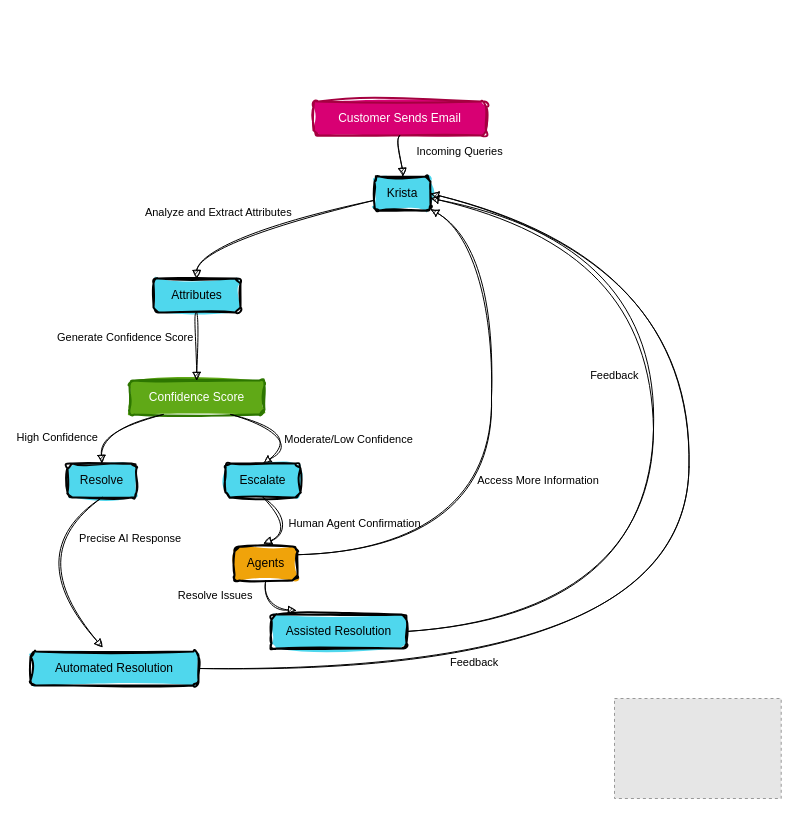
The draw.io diagram AI email reader.drawio in thescottking/Draw.io-Sketches, before the edit. Source tidied: cells renumbered, new cells numbered last; positions are measured from the earlier drawing's top-left corner, leaving out a move shared by most shapes. Both pictures are drawn from the tidied source at 100%, with x=0, y=0 at pixel (21, 101). Pictures stored in the file or linked from it are replaced by grey dashed boxes.
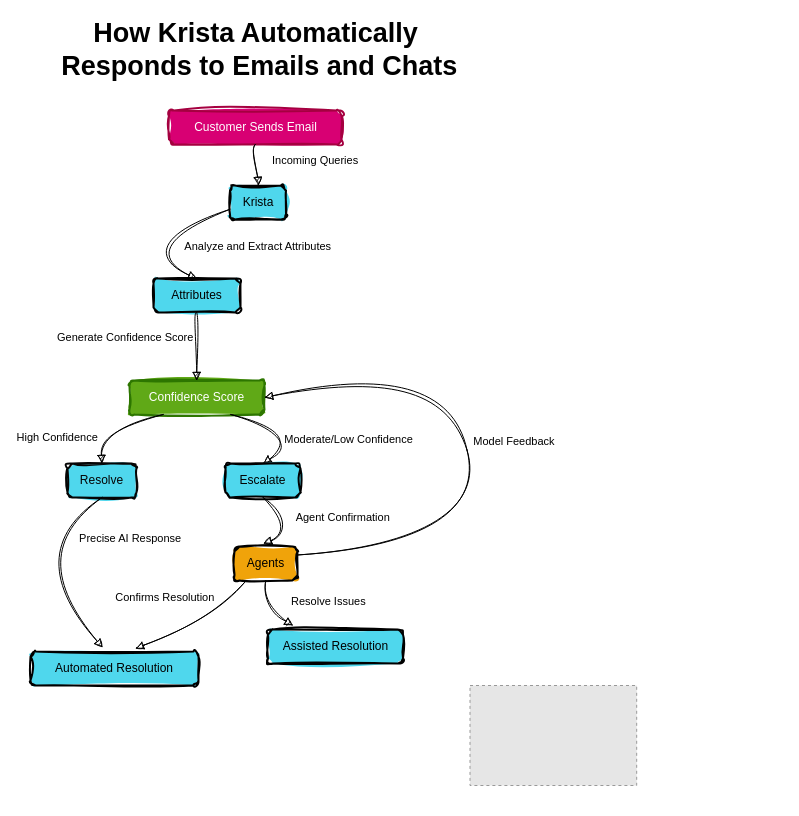
The same diagram, later.

The change refers to these unchanged cells:
```xml
<mxCell id="4" value="Attributes" style="whiteSpace=wrap;strokeWidth=2;labelBackgroundColor=none;sketch=1;curveFitting=1;jiggle=2;rounded=1;fillColor=#4FD7ED;fillStyle=solid;" parent="1" vertex="1">
  <mxGeometry x="132" y="177" width="87" height="34" as="geometry" />
</mxCell>
<mxCell id="5" value="Confidence Score" style="whiteSpace=wrap;strokeWidth=2;labelBackgroundColor=none;sketch=1;curveFitting=1;jiggle=2;rounded=1;fillColor=#60a917;fontColor=#ffffff;strokeColor=#2D7600;fillStyle=solid;" parent="1" vertex="1">
  <mxGeometry x="108" y="279" width="135" height="34" as="geometry" />
</mxCell>
<mxCell id="7" value="Agents" style="whiteSpace=wrap;strokeWidth=2;labelBackgroundColor=none;sketch=1;curveFitting=1;jiggle=2;rounded=1;fillColor=#f0a30a;fontColor=#000000;strokeColor=#000000;fillStyle=solid;" parent="1" vertex="1">
  <mxGeometry x="213" y="445" width="63" height="34" as="geometry" />
</mxCell>
<mxCell id="8" value="Automated Resolution" style="whiteSpace=wrap;strokeWidth=2;labelBackgroundColor=none;sketch=1;curveFitting=1;jiggle=2;rounded=1;fillColor=#4FD7ED;fillStyle=solid;" parent="1" vertex="1">
  <mxGeometry x="9" y="550" width="168" height="34" as="geometry" />
</mxCell>
<mxCell id="22" value="Escalate" style="whiteSpace=wrap;strokeWidth=2;labelBackgroundColor=none;sketch=1;curveFitting=1;jiggle=2;rounded=1;fillColor=#4FD7ED;fillStyle=solid;" parent="1" vertex="1">
  <mxGeometry x="204" y="362" width="75" height="34" as="geometry" />
</mxCell>
```

The edit, as a diff of the source:
```diff
@@
     <mxCell id="2" value="Customer Sends Email" style="whiteSpace=wrap;strokeWidth=2;labelBackgroundColor=none;sketch=1;curveFitting=1;jiggle=2;rounded=1;fillColor=#d80073;fontColor=#ffffff;strokeColor=#A50040;fillStyle=solid;" parent="1" vertex="1">
-      <mxGeometry x="292" width="172.5" height="34" as="geometry" />
+      <mxGeometry x="147.5" y="9" width="172.5" height="34" as="geometry" />
     </mxCell>
     <mxCell id="3" value="Krista" style="whiteSpace=wrap;strokeWidth=2;labelBackgroundColor=none;sketch=1;curveFitting=1;jiggle=2;rounded=1;fillStyle=solid;fillColor=#4fd7ed;" parent="1" vertex="1">
-      <mxGeometry x="353" y="75" width="56" height="34" as="geometry" />
+      <mxGeometry x="208.5" y="84" width="56" height="34" as="geometry" />
     </mxCell>
@@
     <mxCell id="9" value="Assisted Resolution" style="whiteSpace=wrap;strokeWidth=2;labelBackgroundColor=none;sketch=1;curveFitting=1;jiggle=2;rounded=1;fillColor=#4FD7ED;fillStyle=solid;" parent="1" vertex="1">
-      <mxGeometry x="250" y="513" width="135" height="34" as="geometry" />
+      <mxGeometry x="246.5" y="528" width="135" height="34" as="geometry" />
     </mxCell>
@@
     <mxCell id="11" value="Analyze and Extract Attributes" style="curved=1;startArrow=none;endArrow=block;exitX=0.005475725446428571;exitY=0.6971389077564547;entryX=0.4968570402298851;entryY=0;rounded=1;labelBackgroundColor=none;fontColor=default;sketch=1;curveFitting=1;jiggle=2;" parent="1" edge="1" source="3" target="4">
-      <mxGeometry x="0.42" y="-26" relative="1" as="geometry">
+      <mxGeometry x="-1" y="47" relative="1" as="geometry">
         <Array as="points">
-          <mxPoint x="175" y="143" />
+          <mxPoint x="106.5" y="148" />
         </Array>
+        <mxPoint x="11" y="-7" as="offset" />
       </mxGeometry>
     </mxCell>
@@
-    <mxCell id="15" value="Human Agent Confirmation" style="curved=1;startArrow=none;endArrow=block;exitX=0.5013020833333334;exitY=0.9852941176470589;rounded=1;labelBackgroundColor=none;fontColor=default;sketch=1;curveFitting=1;jiggle=2;" parent="1" edge="1" source="22">
-      <mxGeometry x="0.13" y="58" relative="1" as="geometry">
+    <mxCell id="15" value="Agent Confirmation" style="curved=1;startArrow=none;endArrow=block;exitX=0.5013020833333334;exitY=0.9852941176470589;rounded=1;labelBackgroundColor=none;fontColor=default;sketch=1;curveFitting=1;jiggle=2;" parent="1" edge="1" source="22">
+      <mxGeometry x="0.13" y="47" relative="1" as="geometry">
         <mxPoint x="242" y="442" as="targetPoint" />
         <Array as="points">
           <mxPoint x="277" y="429" />
         </Array>
-        <mxPoint x="36" y="-62" as="offset" />
+        <mxPoint x="28" y="-57" as="offset" />
       </mxGeometry>
     </mxCell>
-    <mxCell id="16" value="Access More Information" style="curved=1;startArrow=none;endArrow=block;exitX=0.9946366567460317;exitY=0.24482969032129298;entryX=1.0093819754464286;entryY=0.9674738486618663;rounded=1;labelBackgroundColor=none;fontColor=default;sketch=1;curveFitting=1;jiggle=2;" parent="1" edge="1" source="7" target="3">
-      <mxGeometry x="-0.07" y="-47" relative="1" as="geometry">
-        <Array as="points">
-          <mxPoint x="470" y="449" />
-          <mxPoint x="470" y="143" />
-        </Array>
-      </mxGeometry>
-    </mxCell>
@@
     <mxCell id="18" value="Resolve Issues" style="curved=1;startArrow=none;endArrow=block;exitX=0.49655877976190477;exitY=0.9852941176470589;entryX=0.185;entryY=-0.118;rounded=1;labelBackgroundColor=none;fontColor=default;sketch=1;curveFitting=1;jiggle=2;entryDx=0;entryDy=0;entryPerimeter=0;" parent="1" edge="1" source="7" target="9">
-      <mxGeometry x="-0.48" y="-50" relative="1" as="geometry">
+      <mxGeometry x="1" y="44" relative="1" as="geometry">
         <Array as="points">
           <mxPoint x="244" y="507" />
         </Array>
+        <mxPoint x="13" y="13" as="offset" />
       </mxGeometry>
     </mxCell>
-    <mxCell id="19" value="Feedback" style="curved=1;startArrow=none;endArrow=block;exitX=1;exitY=0.5;entryX=1.0093819754464286;entryY=0.6389319986846168;rounded=1;labelBackgroundColor=none;fontColor=default;sketch=1;curveFitting=1;jiggle=2;exitDx=0;exitDy=0;" parent="1" edge="1" source="9" target="3">
-      <mxGeometry x="0.15" y="39" relative="1" as="geometry">
+    <mxCell id="19" value="Model Feedback" style="curved=1;startArrow=none;endArrow=block;exitX=1;exitY=0.25;entryX=1;entryY=0.5;rounded=1;labelBackgroundColor=none;fontColor=default;sketch=1;curveFitting=1;jiggle=2;exitDx=0;exitDy=0;entryDx=0;entryDy=0;" parent="1" edge="1" source="7" target="5">
+      <mxGeometry x="0.01" y="-48" relative="1" as="geometry">
         <Array as="points">
-          <mxPoint x="631" y="511" />
-          <mxPoint x="633" y="145" />
+          <mxPoint x="471" y="438" />
+          <mxPoint x="420" y="259" />
         </Array>
       </mxGeometry>
     </mxCell>
     <mxCell id="20" style="fillColor=#E6E6E6;strokeColor=#999999;dashed=1;verticalLabelPosition=bottom;labelBackgroundColor=default;verticalAlign=top;" parent="1" vertex="1">
-      <mxGeometry x="593" y="597" width="166.7" height="100" as="geometry" />
+      <mxGeometry x="448.5" y="584" width="166.7" height="100" as="geometry" />
     </mxCell>
-    <mxCell id="21" value="Feedback" style="curved=1;startArrow=none;endArrow=block;exitX=1;exitY=0.5;entryX=1;entryY=0.5;rounded=1;labelBackgroundColor=none;fontColor=default;sketch=1;curveFitting=1;jiggle=2;exitDx=0;exitDy=0;entryDx=0;entryDy=0;" parent="1" edge="1" source="8" target="3">
-      <mxGeometry x="-0.53" y="10" relative="1" as="geometry">
-        <Array as="points">
-          <mxPoint x="666" y="574" />
-          <mxPoint x="669" y="157" />
-        </Array>
-      </mxGeometry>
-    </mxCell>
@@
+    <mxCell id="23" value="How Krista Automatically&lt;br&gt;&amp;nbsp;Responds to Emails and Chats" style="text;strokeColor=none;fillColor=none;html=1;fontSize=27;fontStyle=1;verticalAlign=middle;align=center;fontFamily=Helvetica;" parent="1" vertex="1">
+      <mxGeometry x="153.8" y="-72" width="160" height="40" as="geometry" />
+    </mxCell>
+    <mxCell id="24" value="Confirms Resolution" style="curved=1;startArrow=none;endArrow=block;entryX=0.625;entryY=-0.088;rounded=1;labelBackgroundColor=none;fontColor=default;sketch=1;curveFitting=1;jiggle=2;entryDx=0;entryDy=0;entryPerimeter=0;exitX=0.159;exitY=1.059;exitDx=0;exitDy=0;exitPerimeter=0;" parent="1" edge="1" source="7" target="8">
+      <mxGeometry x="0.28" y="-37" relative="1" as="geometry">
+        <Array as="points">
+          <mxPoint x="196" y="514" />
+        </Array>
+      </mxGeometry>
+    </mxCell>
```
